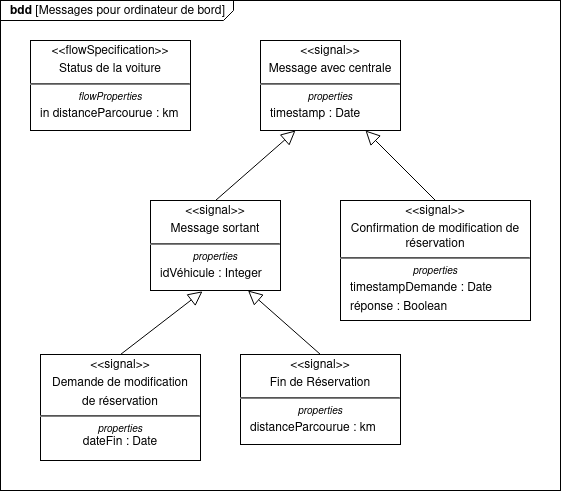
The draw.io diagram diagrammes/bdd_signaux_ordi_de_bord.png in Dalker/ISI-mobility, before a commit. Source tidied: cells renumbered, new cells last; positions are measured from the earlier drawing's top-left corner, leaving out a move shared by most shapes.
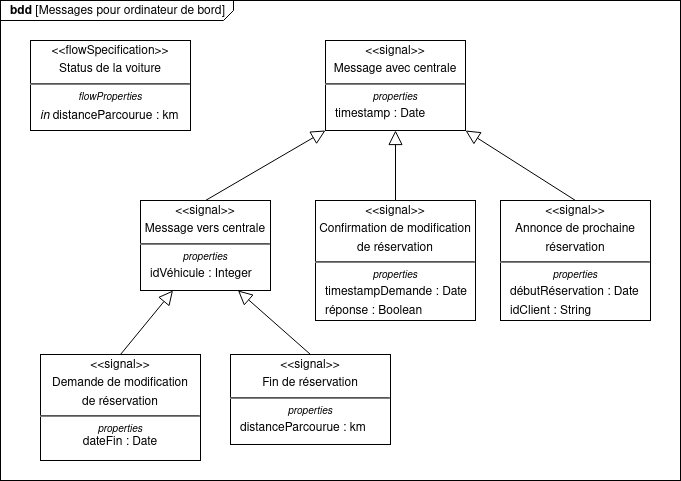
Above is the later version.

The edit, as a diff of the source:
```diff
@@ -3,37 +3,43 @@
     <mxCell id="0" />
     <mxCell id="1" parent="0" />
     <mxCell id="2" value="&lt;p style=&quot;margin: 0px ; margin-top: 4px ; margin-left: 10px ; text-align: left&quot;&gt;&lt;b&gt;bdd&lt;/b&gt; [Messages pour ordinateur de bord]&lt;br&gt;&lt;/p&gt;" style="html=1;strokeWidth=1;shape=mxgraph.sysml.package;labelX=233;align=left;spacingLeft=10;overflow=fill;" parent="1" vertex="1">
-      <mxGeometry width="560" height="490" as="geometry" />
+      <mxGeometry width="680" height="480" as="geometry" />
     </mxCell>
-    <mxCell id="3" value="&lt;p style=&quot;margin: 0px ; margin-top: 4px ; text-align: center&quot;&gt;&amp;lt;&amp;lt;signal&amp;gt;&amp;gt;&lt;/p&gt;&lt;p style=&quot;margin: 0px ; margin-top: 4px ; text-align: center&quot;&gt;Fin de Réservation&lt;br&gt;&lt;/p&gt;&lt;hr&gt;&lt;p style=&quot;font-size: 10px ; margin: 0px ; margin-top: 4px ; text-align: center&quot;&gt;&lt;i&gt;properties&lt;/i&gt;&lt;/p&gt;&lt;p style=&quot;margin: 0px ; margin-top: 4px ; margin-left: 10px ; text-align: left&quot;&gt;distanceParcourue : km&lt;/p&gt;" style="shape=rect;html=1;overflow=fill;whiteSpace=wrap;" parent="1" vertex="1">
-      <mxGeometry x="240" y="354" width="160" height="90" as="geometry" />
-    </mxCell>
-    <mxCell id="4" value="&lt;p style=&quot;margin: 0px ; margin-top: 4px ; text-align: center&quot;&gt;&amp;lt;&amp;lt;signal&amp;gt;&amp;gt;&lt;br&gt;&lt;/p&gt;&lt;p style=&quot;margin: 0px ; margin-top: 4px ; text-align: center&quot;&gt;Message sortant&lt;br&gt;&lt;/p&gt;&lt;hr&gt;&lt;p style=&quot;font-size: 10px ; margin: 0px ; margin-top: 4px ; text-align: center&quot;&gt;&lt;i&gt;properties&lt;/i&gt;&lt;/p&gt;&lt;p style=&quot;margin: 0px ; margin-top: 4px ; margin-left: 10px ; text-align: left&quot;&gt;idVéhicule : Integer&lt;br&gt;&lt;/p&gt;" style="shape=rect;html=1;overflow=fill;whiteSpace=wrap;" parent="1" vertex="1">
-      <mxGeometry x="150" y="200" width="130" height="90" as="geometry" />
-    </mxCell>
-    <mxCell id="5" style="edgeStyle=none;html=1;endSize=12;endArrow=block;endFill=0;entryX=0.75;entryY=1;entryDx=0;entryDy=0;exitX=0.5;exitY=0;exitDx=0;exitDy=0;" parent="1" edge="1" source="3" target="4">
-      <mxGeometry relative="1" as="geometry" />
-    </mxCell>
+    <mxCell id="13" value="&lt;p style=&quot;margin: 0px ; margin-top: 4px ; text-align: center&quot;&gt;&amp;lt;&amp;lt;signal&amp;gt;&amp;gt;&lt;/p&gt;&lt;p style=&quot;margin: 0px ; margin-top: 4px ; text-align: center&quot;&gt;Fin de réservation&lt;br&gt;&lt;/p&gt;&lt;hr&gt;&lt;p style=&quot;font-size: 10px ; margin: 0px ; margin-top: 4px ; text-align: center&quot;&gt;&lt;i&gt;properties&lt;/i&gt;&lt;/p&gt;&lt;p style=&quot;margin: 0px ; margin-top: 4px ; margin-left: 10px ; text-align: left&quot;&gt;distanceParcourue : km&lt;/p&gt;" style="shape=rect;html=1;overflow=fill;whiteSpace=wrap;" parent="1" vertex="1">
+      <mxGeometry x="230" y="354" width="160" height="90" as="geometry" />
+    </mxCell>
+    <mxCell id="14" value="&lt;p style=&quot;margin: 0px ; margin-top: 4px ; text-align: center&quot;&gt;&amp;lt;&amp;lt;signal&amp;gt;&amp;gt;&lt;br&gt;&lt;/p&gt;&lt;p style=&quot;margin: 0px ; margin-top: 4px ; text-align: center&quot;&gt;Message vers centrale&lt;br&gt;&lt;/p&gt;&lt;hr&gt;&lt;p style=&quot;font-size: 10px ; margin: 0px ; margin-top: 4px ; text-align: center&quot;&gt;&lt;i&gt;properties&lt;/i&gt;&lt;/p&gt;&lt;p style=&quot;margin: 0px ; margin-top: 4px ; margin-left: 10px ; text-align: left&quot;&gt;idVéhicule : Integer&lt;br&gt;&lt;/p&gt;" style="shape=rect;html=1;overflow=fill;whiteSpace=wrap;" parent="1" vertex="1">
+      <mxGeometry x="140" y="200" width="130" height="90" as="geometry" />
+    </mxCell>
+    <mxCell id="15" style="edgeStyle=none;html=1;endSize=12;endArrow=block;endFill=0;entryX=0.75;entryY=1;entryDx=0;entryDy=0;exitX=0.5;exitY=0;exitDx=0;exitDy=0;" parent="1" edge="1" source="13" target="14">
+      <mxGeometry relative="1" as="geometry" />
+    </mxCell>
     <mxCell id="6" value="&lt;p style=&quot;margin: 0px ; margin-top: 4px ; text-align: center&quot;&gt;&amp;lt;&amp;lt;signal&amp;gt;&amp;gt;&lt;/p&gt;&lt;p style=&quot;margin: 0px ; margin-top: 4px ; text-align: center&quot;&gt;Demande de modification&lt;/p&gt;&lt;p style=&quot;margin: 0px ; margin-top: 4px ; text-align: center&quot;&gt;de réservation&lt;br&gt;&lt;/p&gt;&lt;hr&gt;&lt;p style=&quot;font-size: 10px ; margin: 0px ; margin-top: 4px ; text-align: center&quot;&gt;&lt;i&gt;properties&lt;/i&gt;&lt;/p&gt;dateFin : Date&lt;br&gt;&lt;br&gt;&lt;p style=&quot;font-size: 10px ; margin: 0px ; margin-top: 4px ; text-align: center&quot;&gt;&lt;br&gt;&lt;/p&gt;" style="shape=rect;html=1;overflow=fill;whiteSpace=wrap;" parent="1" vertex="1">
       <mxGeometry x="40" y="354" width="160" height="106" as="geometry" />
     </mxCell>
-    <mxCell id="7" style="edgeStyle=none;html=1;endSize=12;endArrow=block;endFill=0;entryX=0.4;entryY=1.009;entryDx=0;entryDy=0;exitX=0.5;exitY=0;exitDx=0;exitDy=0;entryPerimeter=0;" parent="1" edge="1" source="6" target="4">
-      <mxGeometry relative="1" as="geometry" />
-    </mxCell>
+    <mxCell id="16" style="edgeStyle=none;html=1;endSize=12;endArrow=block;endFill=0;entryX=0.25;entryY=1;entryDx=0;entryDy=0;exitX=0.5;exitY=0;exitDx=0;exitDy=0;" parent="1" edge="1" source="6" target="14">
+      <mxGeometry relative="1" as="geometry" />
+    </mxCell>
     <mxCell id="8" value="&lt;p style=&quot;margin: 0px ; margin-top: 4px ; text-align: center&quot;&gt;&amp;lt;&amp;lt;signal&amp;gt;&amp;gt;&lt;/p&gt;&lt;p style=&quot;margin: 0px ; margin-top: 4px ; text-align: center&quot;&gt;Message avec centrale&lt;br&gt;&lt;/p&gt;&lt;hr&gt;&lt;p style=&quot;font-size: 10px ; margin: 0px ; margin-top: 4px ; text-align: center&quot;&gt;&lt;i&gt;properties&lt;/i&gt;&lt;/p&gt;&lt;p style=&quot;margin: 0px ; margin-top: 4px ; margin-left: 10px ; text-align: left&quot;&gt;timestamp : Date&lt;br&gt;&lt;/p&gt;" style="shape=rect;html=1;overflow=fill;whiteSpace=wrap;" parent="1" vertex="1">
-      <mxGeometry x="260" y="40" width="140" height="90" as="geometry" />
+      <mxGeometry x="325" y="40" width="140" height="90" as="geometry" />
     </mxCell>
-    <mxCell id="9" value="&lt;p style=&quot;margin: 0px ; margin-top: 4px ; text-align: center&quot;&gt;&amp;lt;&amp;lt;signal&amp;gt;&amp;gt;&lt;/p&gt;&lt;p style=&quot;margin: 0px ; margin-top: 4px ; text-align: center&quot;&gt;Confirmation de modification de réservation&lt;br&gt;&lt;/p&gt;&lt;hr&gt;&lt;p style=&quot;font-size: 10px ; margin: 0px ; margin-top: 4px ; text-align: center&quot;&gt;&lt;i&gt;properties&lt;/i&gt;&lt;/p&gt;&lt;p style=&quot;margin: 0px ; margin-top: 4px ; margin-left: 10px ; text-align: left&quot;&gt;timestampDemande : Date&lt;br&gt;&lt;/p&gt;&lt;p style=&quot;margin: 0px ; margin-top: 4px ; margin-left: 10px ; text-align: left&quot;&gt;réponse : Boolean&lt;br&gt;&lt;/p&gt;" style="shape=rect;html=1;overflow=fill;whiteSpace=wrap;" parent="1" vertex="1">
-      <mxGeometry x="340" y="200" width="190" height="120" as="geometry" />
+    <mxCell id="9" value="&lt;p style=&quot;margin: 0px ; margin-top: 4px ; text-align: center&quot;&gt;&amp;lt;&amp;lt;signal&amp;gt;&amp;gt;&lt;/p&gt;&lt;p style=&quot;margin: 0px ; margin-top: 4px ; text-align: center&quot;&gt;Confirmation de modification&lt;/p&gt;&lt;p style=&quot;margin: 0px ; margin-top: 4px ; text-align: center&quot;&gt;de réservation&lt;br&gt;&lt;/p&gt;&lt;hr&gt;&lt;p style=&quot;font-size: 10px ; margin: 0px ; margin-top: 4px ; text-align: center&quot;&gt;&lt;i&gt;properties&lt;/i&gt;&lt;/p&gt;&lt;p style=&quot;margin: 0px ; margin-top: 4px ; margin-left: 10px ; text-align: left&quot;&gt;timestampDemande : Date&lt;br&gt;&lt;/p&gt;&lt;p style=&quot;margin: 0px ; margin-top: 4px ; margin-left: 10px ; text-align: left&quot;&gt;réponse : Boolean&lt;br&gt;&lt;/p&gt;" style="shape=rect;html=1;overflow=fill;whiteSpace=wrap;" parent="1" vertex="1">
+      <mxGeometry x="315" y="200" width="160" height="120" as="geometry" />
     </mxCell>
-    <mxCell id="10" style="edgeStyle=none;html=1;endSize=12;endArrow=block;endFill=0;entryX=0.75;entryY=1;entryDx=0;entryDy=0;exitX=0.5;exitY=0;exitDx=0;exitDy=0;" parent="1" edge="1" source="9" target="8">
+    <mxCell id="10" style="edgeStyle=none;html=1;endSize=12;endArrow=block;endFill=0;exitX=0.5;exitY=0;exitDx=0;exitDy=0;entryX=0.5;entryY=1;entryDx=0;entryDy=0;" parent="1" edge="1" source="9" target="8">
       <mxGeometry relative="1" as="geometry" />
     </mxCell>
-    <mxCell id="11" value="&lt;p style=&quot;margin: 0px ; margin-top: 4px ; text-align: center&quot;&gt;&amp;lt;&amp;lt;flowSpecification&amp;gt;&amp;gt;&lt;/p&gt;&lt;p style=&quot;margin: 0px ; margin-top: 4px ; text-align: center&quot;&gt;Status de la voiture&lt;br&gt;&lt;/p&gt;&lt;hr&gt;&lt;p style=&quot;font-size: 10px ; margin: 0px ; margin-top: 4px ; text-align: center&quot;&gt;&lt;i&gt;flowProperties&lt;/i&gt;&lt;/p&gt;&lt;p style=&quot;margin: 0px ; margin-top: 4px ; margin-left: 10px ; text-align: left&quot;&gt;in distanceParcourue : km&lt;br&gt;&lt;/p&gt;" style="shape=rect;html=1;overflow=fill;whiteSpace=wrap;" parent="1" vertex="1">
+    <mxCell id="11" value="&lt;p style=&quot;margin: 0px ; margin-top: 4px ; text-align: center&quot;&gt;&amp;lt;&amp;lt;flowSpecification&amp;gt;&amp;gt;&lt;/p&gt;&lt;p style=&quot;margin: 0px ; margin-top: 4px ; text-align: center&quot;&gt;Status de la voiture&lt;br&gt;&lt;/p&gt;&lt;hr&gt;&lt;p style=&quot;font-size: 10px ; margin: 0px ; margin-top: 4px ; text-align: center&quot;&gt;&lt;i&gt;flowProperties&lt;/i&gt;&lt;/p&gt;&lt;p style=&quot;margin: 0px ; margin-top: 4px ; margin-left: 10px ; text-align: left&quot;&gt;&lt;i&gt;in&lt;/i&gt; distanceParcourue : km&lt;br&gt;&lt;/p&gt;" style="shape=rect;html=1;overflow=fill;whiteSpace=wrap;" parent="1" vertex="1">
       <mxGeometry x="30" y="40" width="160" height="90" as="geometry" />
     </mxCell>
-    <mxCell id="12" style="edgeStyle=none;html=1;endSize=12;endArrow=block;endFill=0;entryX=0.25;entryY=1;entryDx=0;entryDy=0;exitX=0.5;exitY=0;exitDx=0;exitDy=0;" parent="1" edge="1" source="4" target="8">
-      <mxGeometry relative="1" as="geometry" />
-    </mxCell>
+    <mxCell id="17" style="edgeStyle=none;html=1;endSize=12;endArrow=block;endFill=0;entryX=0;entryY=1;entryDx=0;entryDy=0;exitX=0.5;exitY=0;exitDx=0;exitDy=0;" parent="1" edge="1" source="14" target="8">
+      <mxGeometry relative="1" as="geometry" />
+    </mxCell>
+    <mxCell id="18" value="&lt;p style=&quot;margin: 0px ; margin-top: 4px ; text-align: center&quot;&gt;&amp;lt;&amp;lt;signal&amp;gt;&amp;gt;&lt;/p&gt;&lt;p style=&quot;margin: 0px ; margin-top: 4px ; text-align: center&quot;&gt;Annonce de prochaine&lt;/p&gt;&lt;p style=&quot;margin: 0px ; margin-top: 4px ; text-align: center&quot;&gt;réservation&lt;br&gt;&lt;/p&gt;&lt;hr&gt;&lt;p style=&quot;font-size: 10px ; margin: 0px ; margin-top: 4px ; text-align: center&quot;&gt;&lt;i&gt;properties&lt;/i&gt;&lt;/p&gt;&lt;p style=&quot;margin: 0px ; margin-top: 4px ; margin-left: 10px ; text-align: left&quot;&gt;débutRéservation : Date&lt;br&gt;&lt;/p&gt;&lt;p style=&quot;margin: 0px ; margin-top: 4px ; margin-left: 10px ; text-align: left&quot;&gt;idClient : String&lt;br&gt;&lt;/p&gt;" style="shape=rect;html=1;overflow=fill;whiteSpace=wrap;" parent="1" vertex="1">
+      <mxGeometry x="500" y="200" width="150" height="120" as="geometry" />
+    </mxCell>
+    <mxCell id="19" style="edgeStyle=none;html=1;endSize=12;endArrow=block;endFill=0;entryX=1;entryY=1;entryDx=0;entryDy=0;exitX=0.5;exitY=0;exitDx=0;exitDy=0;" parent="1" edge="1" source="18" target="8">
+      <mxGeometry relative="1" as="geometry" />
+    </mxCell>
   </root>
 </mxGraphModel>
```
